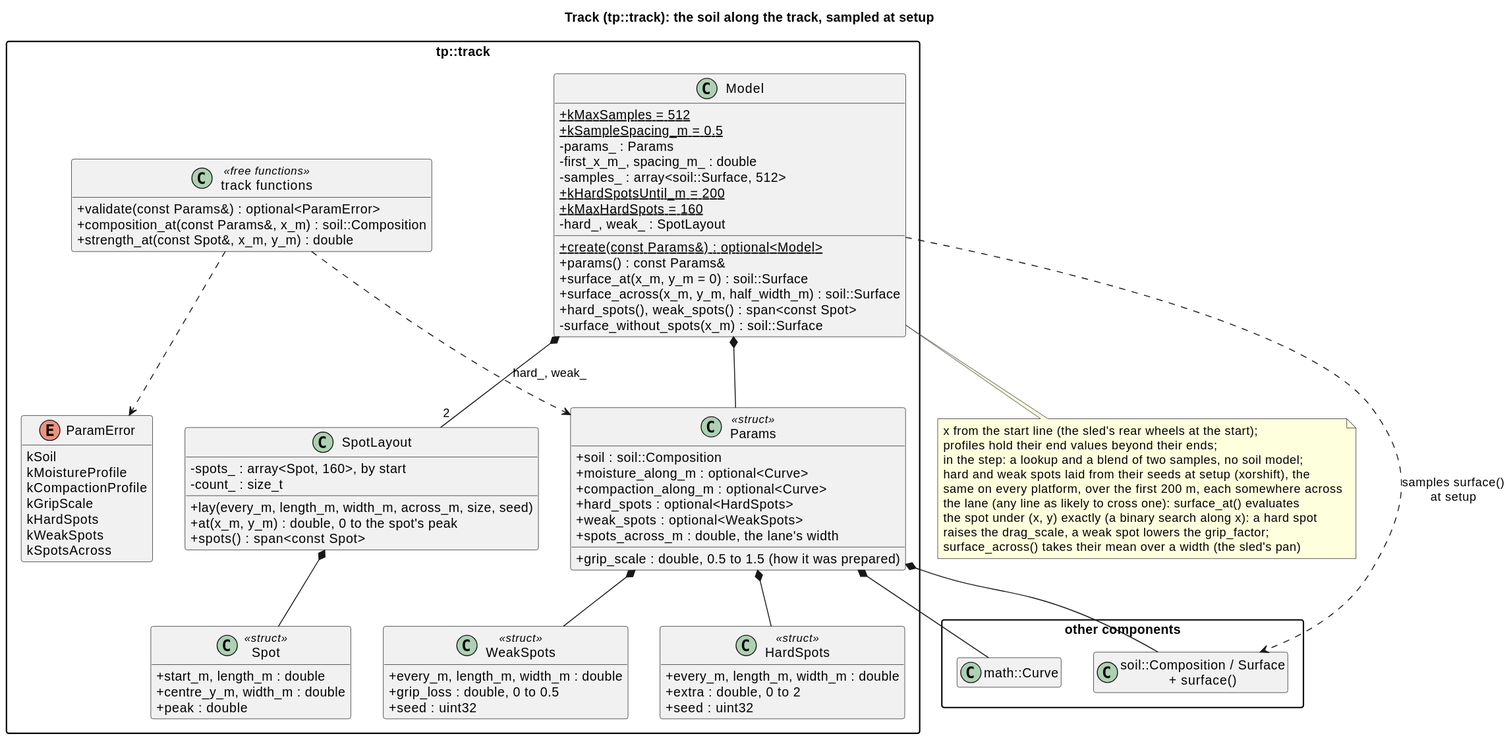
Earlier version of the PlantUML export docs/diagrams/svg/track_classes.svg (wversteeg/TractorPulling).
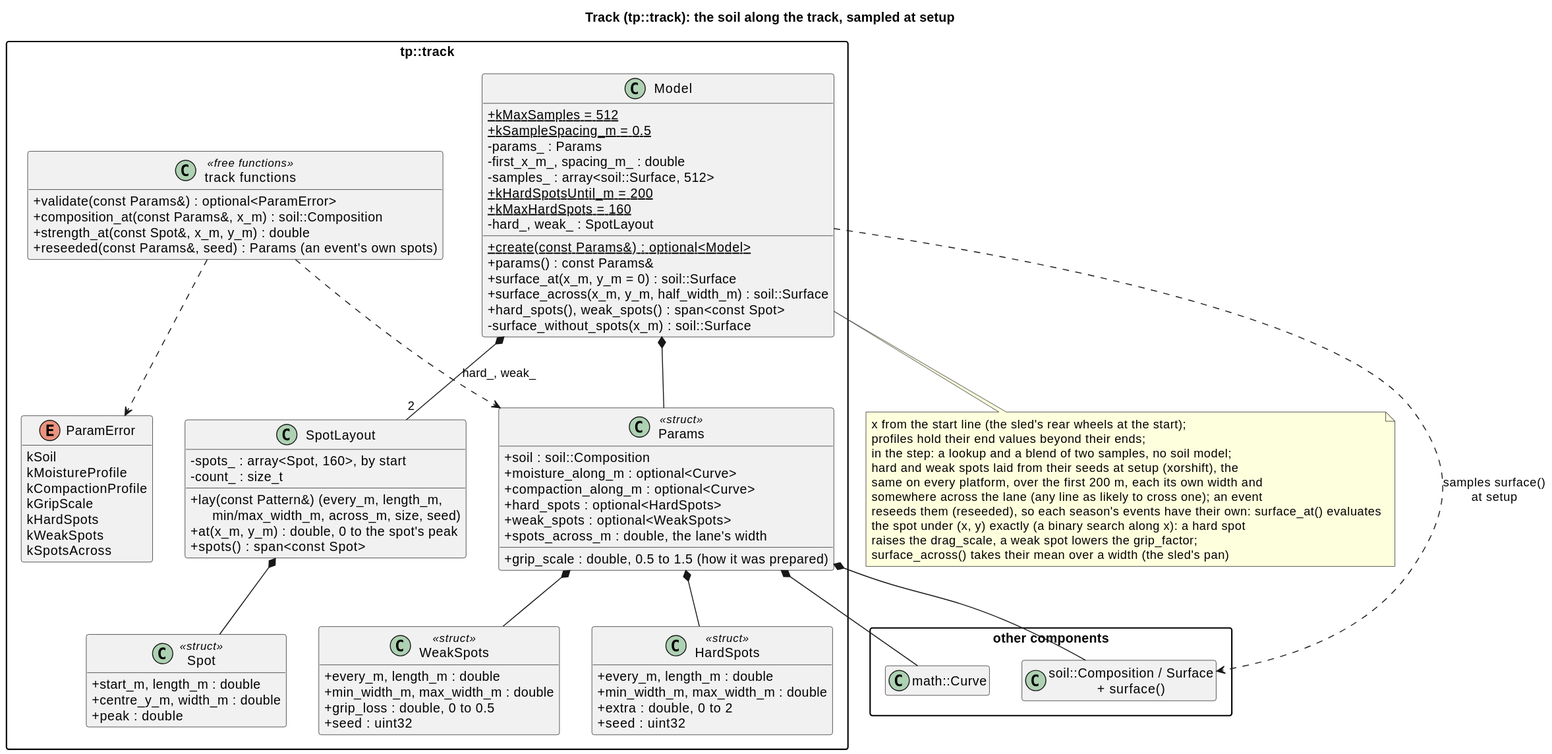
After the commit.

Diff of the diagram source:
```diff
@@ -20,12 +20,14 @@
     +spots_across_m : double, the lane's width
   }
   class HardSpots <<struct>> {
-    +every_m, length_m, width_m : double
+    +every_m, length_m : double
+    +min_width_m, max_width_m : double
     +extra : double, 0 to 2
     +seed : uint32
   }
   class WeakSpots <<struct>> {
-    +every_m, length_m, width_m : double
+    +every_m, length_m : double
+    +min_width_m, max_width_m : double
     +grip_loss : double, 0 to 0.5
     +seed : uint32
   }
@@ -37,7 +39,7 @@
   class SpotLayout {
     -spots_ : array<Spot, 160>, by start
     -count_ : size_t
-    +lay(every_m, length_m, width_m, across_m, size, seed)
+    +lay(const Pattern&) (every_m, length_m,\n      min/max_width_m, across_m, size, seed)
     +at(x_m, y_m) : double, 0 to the spot's peak
     +spots() : span<const Spot>
   }
@@ -70,6 +72,7 @@
     +validate(const Params&) : optional<ParamError>
     +composition_at(const Params&, x_m) : soil::Composition
     +strength_at(const Spot&, x_m, y_m) : double
+    +reseeded(const Params&, seed) : Params (an event's own spots)
   }
   Model *-- Params
   Params *-- HardSpots
@@ -87,8 +90,9 @@
   profiles hold their end values beyond their ends;
   in the step: a lookup and a blend of two samples, no soil model;
   hard and weak spots laid from their seeds at setup (xorshift), the
-  same on every platform, over the first 200 m, each somewhere across
-  the lane (any line as likely to cross one): surface_at() evaluates
+  same on every platform, over the first 200 m, each its own width and
+  somewhere across the lane (any line as likely to cross one); an event
+  reseeds them (reseeded), so each season's events have their own: surface_at() evaluates
   the spot under (x, y) exactly (a binary search along x): a hard spot
   raises the drag_scale, a weak spot lowers the grip_factor;
   surface_across() takes their mean over a width (the sled's pan)
```
